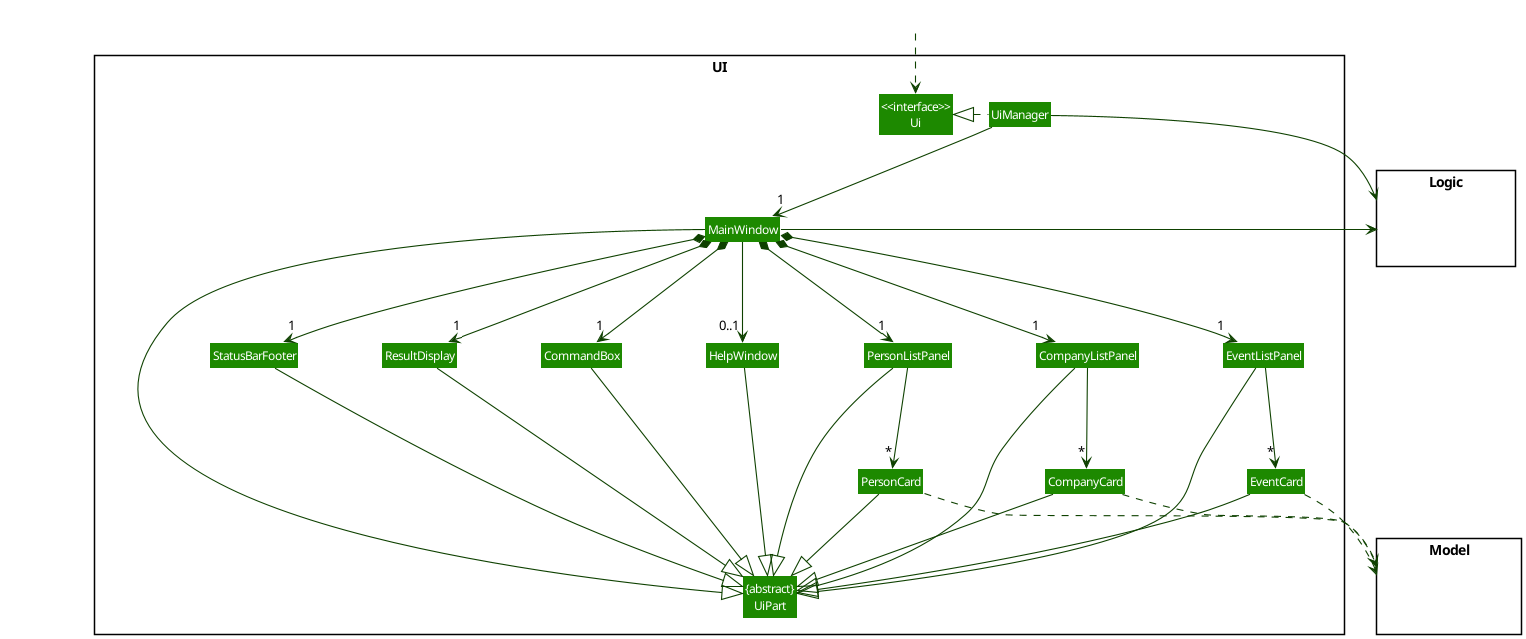
nus-cs2103-AY2122S2/tp keeps this PlantUML diagram as docs/images/UiClassDiagram.png. Above is the earlier version.
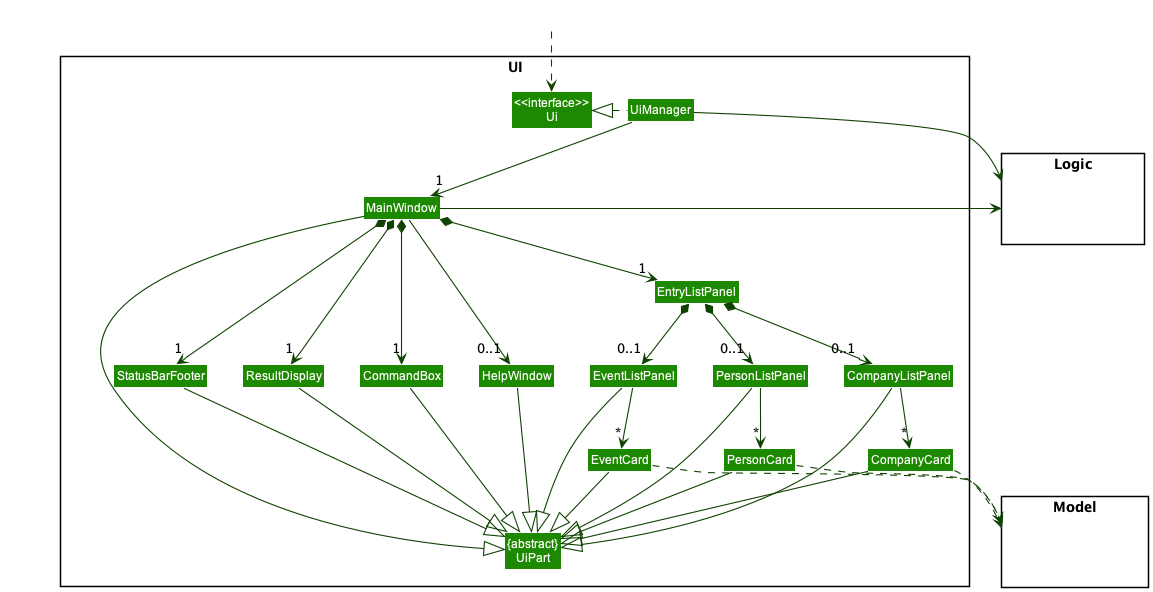
The same file after the commit.

Diff of the diagram source:
```diff
@@ -11,6 +11,7 @@
 Class MainWindow
 Class HelpWindow
 Class ResultDisplay
+Class EntryListPanel
 Class PersonListPanel
 Class CompanyListPanel
 Class EventListPanel
@@ -36,9 +37,10 @@
 UiManager -down-> "1" MainWindow
 MainWindow *-down->  "1" CommandBox
 MainWindow *-down-> "1" ResultDisplay
-MainWindow *-down-> "1" PersonListPanel
-MainWindow *-down-> "1" CompanyListPanel
-MainWindow *-down-> "1" EventListPanel
+MainWindow *-down-> "1" EntryListPanel
+EntryListPanel *-down-> "0..1" PersonListPanel
+EntryListPanel *-down-> "0..1" CompanyListPanel
+EntryListPanel *-down-> "0..1" EventListPanel
 MainWindow *-down-> "1" StatusBarFooter
 MainWindow --> "0..1" HelpWindow
 
```
